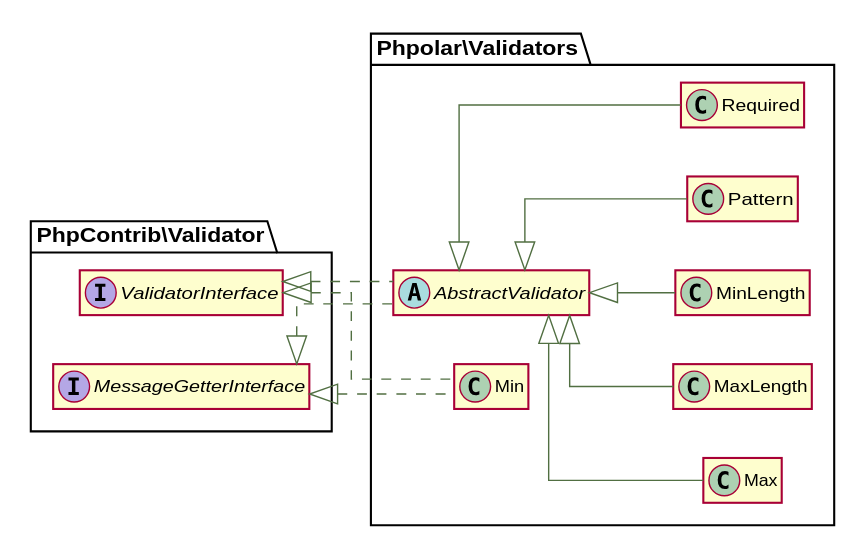
phpolar/validators keeps this PlantUML diagram as docs/graphs/classes.svg. Above is the earlier version. Its diagram source:
```plantuml
@startuml
   skinparam ArrowColor #516f42
   skinparam activityBorderColor #516f42
   skinparam activityBackgroundColor #ffffff
   skinparam activityDiamondBorderColor #516f42
   skinparam activityDiamondBackgroundColor #ffffff
   skinparam shadowing false

skinparam shadowing false
skinparam linetype ortho
hide empty members
left to right direction
set namespaceSeparator \\


abstract class \\Phpolar\\Validators\\AbstractValidator implements \\PhpContrib\\Validator\\ValidatorInterface,\\PhpContrib\\Validator\\MessageGetterInterface {
}

class \\Phpolar\\Validators\\Max extends \\Phpolar\\Validators\\AbstractValidator {
}

class \\Phpolar\\Validators\\MaxLength extends \\Phpolar\\Validators\\AbstractValidator {
}

class \\Phpolar\\Validators\\Min implements \\PhpContrib\\Validator\\ValidatorInterface,\\PhpContrib\\Validator\\MessageGetterInterface {
}

class \\Phpolar\\Validators\\MinLength extends \\Phpolar\\Validators\\AbstractValidator {
}

class \\Phpolar\\Validators\\Pattern extends \\Phpolar\\Validators\\AbstractValidator {
}

class \\Phpolar\\Validators\\Required extends \\Phpolar\\Validators\\AbstractValidator {
}

@enduml
```
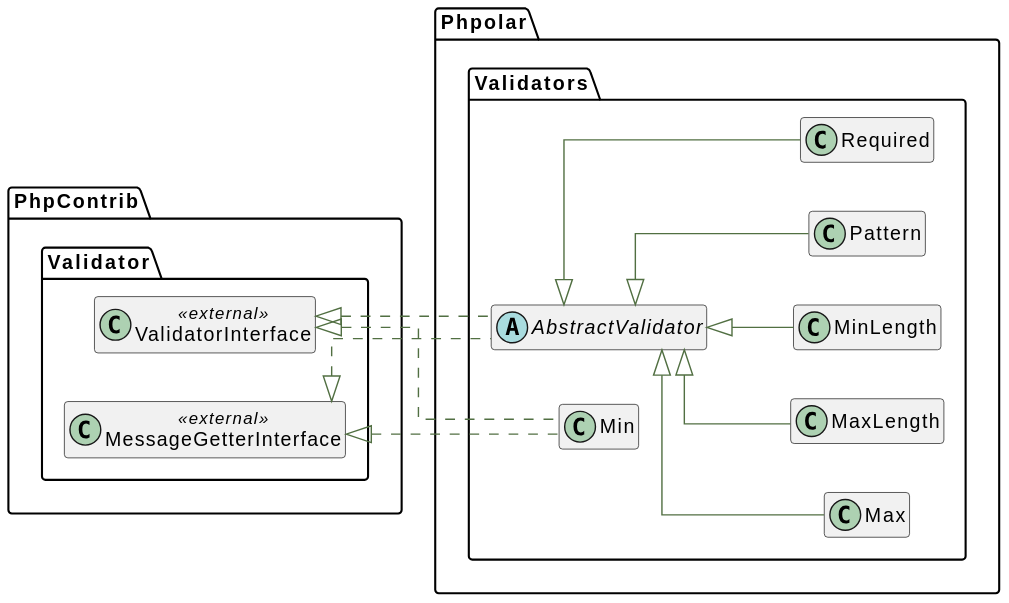
Above is the later version.

Change to the diagram source:
```diff
@@ -12,26 +12,40 @@
 left to right direction
 set namespaceSeparator \\
 
-
-abstract class \\Phpolar\\Validators\\AbstractValidator implements \\PhpContrib\\Validator\\ValidatorInterface,\\PhpContrib\\Validator\\MessageGetterInterface {
+namespace PhpContrib\\Validator {
+    class "ValidatorInterface" as ValidatorInterface__class << external >>{
+    }
 }
-
-class \\Phpolar\\Validators\\Max extends \\Phpolar\\Validators\\AbstractValidator {
+namespace PhpContrib\\Validator {
+    class "MessageGetterInterface" as MessageGetterInterface__class << external >>{
+    }
 }
-
-class \\Phpolar\\Validators\\MaxLength extends \\Phpolar\\Validators\\AbstractValidator {
+namespace Phpolar\\Validators {
+    abstract  class "AbstractValidator" as AbstractValidator__class    implements \\PhpContrib\\Validator\\ValidatorInterface__class,\\PhpContrib\\Validator\\MessageGetterInterface__class {
+    }
 }
-
-class \\Phpolar\\Validators\\Min implements \\PhpContrib\\Validator\\ValidatorInterface,\\PhpContrib\\Validator\\MessageGetterInterface {
+namespace Phpolar\\Validators {
+     class "Max" as Max__class   extends \\Phpolar\\Validators\\AbstractValidator__class  {
+    }
 }
-
-class \\Phpolar\\Validators\\MinLength extends \\Phpolar\\Validators\\AbstractValidator {
+namespace Phpolar\\Validators {
+     class "MaxLength" as MaxLength__class   extends \\Phpolar\\Validators\\AbstractValidator__class  {
+    }
 }
-
-class \\Phpolar\\Validators\\Pattern extends \\Phpolar\\Validators\\AbstractValidator {
+namespace Phpolar\\Validators {
+     class "Min" as Min__class    implements \\PhpContrib\\Validator\\ValidatorInterface__class,\\PhpContrib\\Validator\\MessageGetterInterface__class {
+    }
 }
-
-class \\Phpolar\\Validators\\Required extends \\Phpolar\\Validators\\AbstractValidator {
+namespace Phpolar\\Validators {
+     class "MinLength" as MinLength__class   extends \\Phpolar\\Validators\\AbstractValidator__class  {
+    }
 }
-
+namespace Phpolar\\Validators {
+     class "Pattern" as Pattern__class   extends \\Phpolar\\Validators\\AbstractValidator__class  {
+    }
+}
+namespace Phpolar\\Validators {
+     class "Required" as Required__class   extends \\Phpolar\\Validators\\AbstractValidator__class  {
+    }
+}
 @enduml
```
